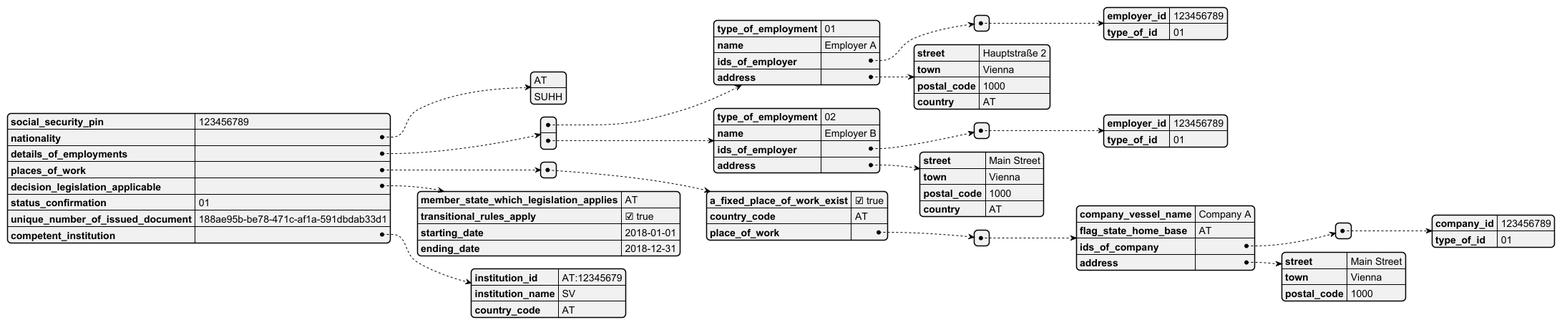
dc4eu/vc keeps this PlantUML diagram as standards/img/PDA1_example.png. Above is the earlier version.
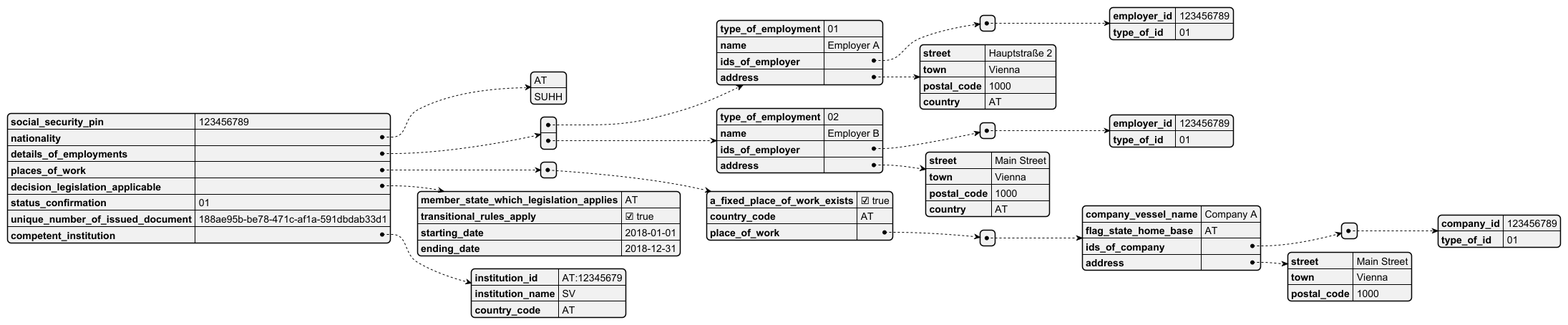
After the change.

Commit message:
updated pda1 diagram label

Change to the diagram source:
```diff
@@ -42,7 +42,7 @@
     ],
     "places_of_work": [
         {
-            "a_fixed_place_of_work_exist": true,
+            "a_fixed_place_of_work_exists": true,
             "country_code": "AT",
             "place_of_work": [
                 {
```
